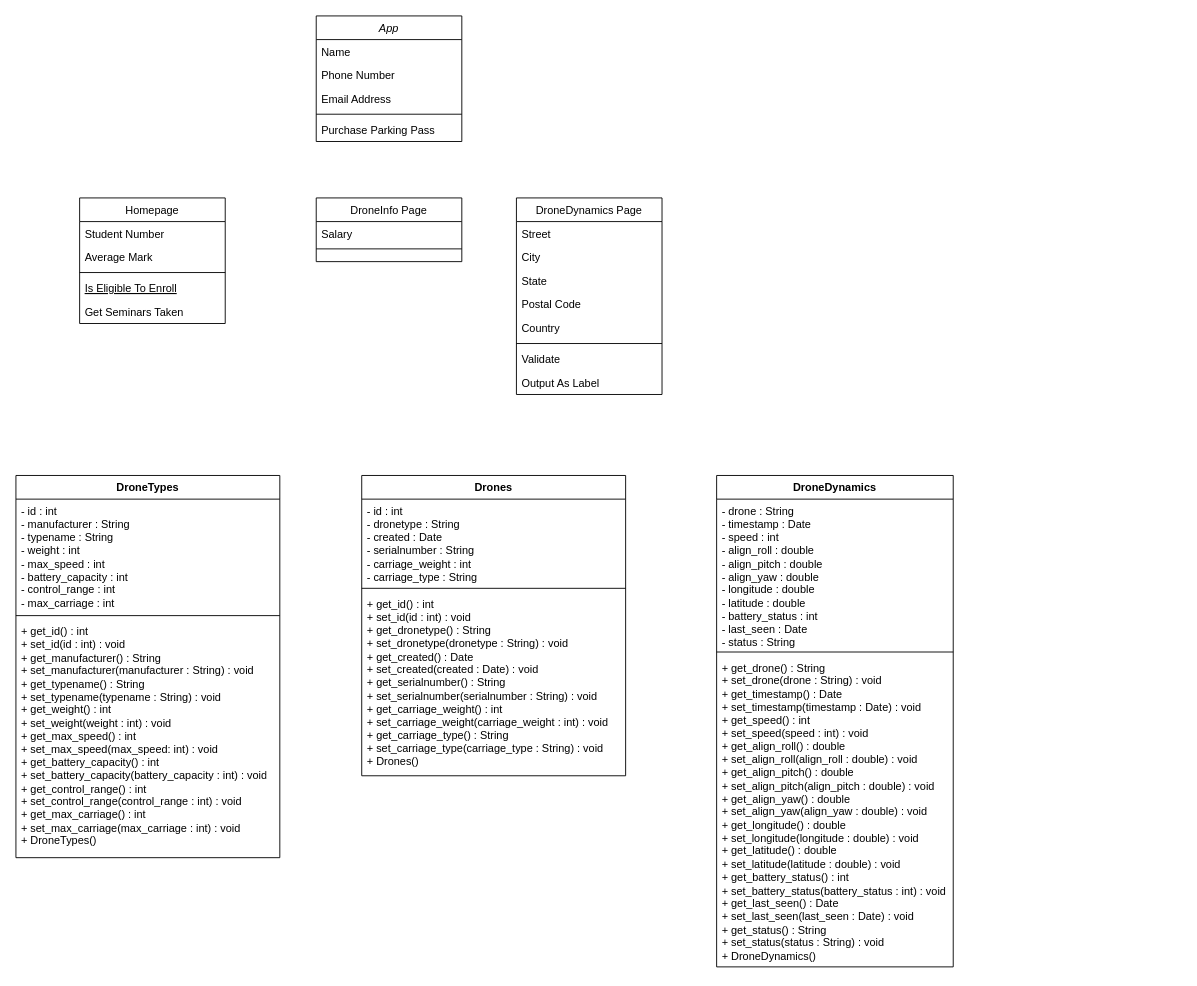
Above: Unbenanntes Diagramm.drawio in TriesteCitizen/Drone-Simulator-Project (draw.io), before the change. Source tidied: cells renumbered, new cells numbered last; positions are measured from the earlier drawing's top-left corner, leaving out a move shared by most shapes. Both pictures are drawn from the tidied source at 91%, with x=0, y=0 at pixel (15, 15).
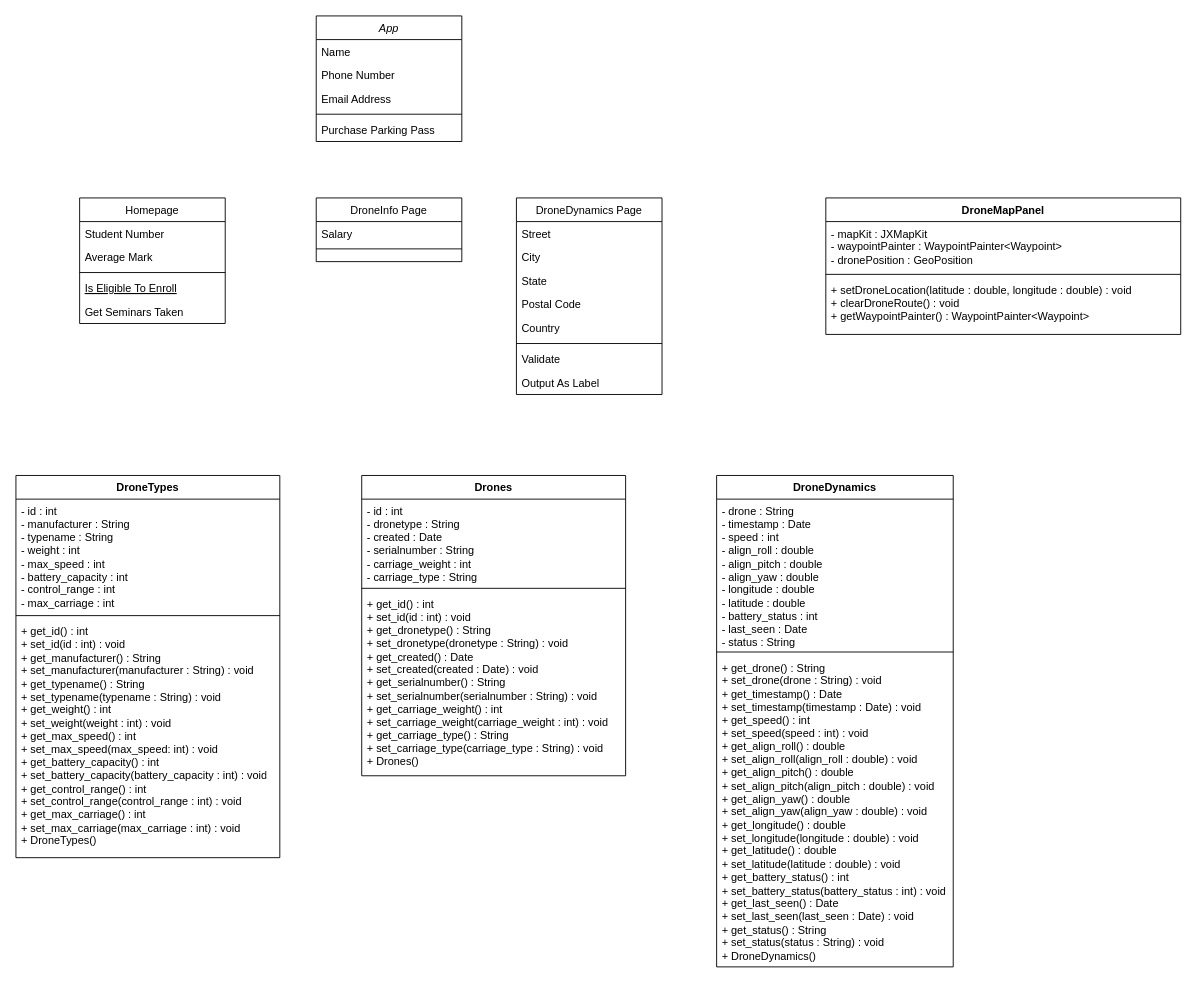
After the change.

Change to the diagram source:
```diff
@@
+    <mxCell id="38" value="DroneMapPanel" style="swimlane;fontStyle=1;align=center;verticalAlign=top;horizontal=1;startSize=26;whiteSpace=wrap;html=1;" parent="1" vertex="1">
+      <mxGeometry x="890" y="200" width="390" height="150" as="geometry" />
+    </mxCell>
+    <mxCell id="39" value="&lt;div&gt;- mapKit : JXMapKit&lt;/div&gt;&lt;div&gt;- waypointPainter : WaypointPainter&amp;lt;Waypoint&amp;gt;&lt;/div&gt;&lt;div&gt;- dronePosition : GeoPosition&lt;br&gt;&lt;/div&gt;" style="text;strokeColor=none;fillColor=none;align=left;verticalAlign=top;spacingLeft=4;spacingRight=4;overflow=hidden;whiteSpace=wrap;html=1;" parent="38" vertex="1">
+      <mxGeometry y="26" width="390" height="54" as="geometry" />
+    </mxCell>
+    <mxCell id="40" style="line;strokeWidth=1;fillColor=none;align=left;verticalAlign=middle;spacingTop=-1;spacingLeft=3;spacingRight=3;labelPosition=right;strokeColor=inherit;" parent="38" vertex="1">
+      <mxGeometry y="80" width="390" height="8" as="geometry" />
+    </mxCell>
+    <mxCell id="41" value="&lt;div&gt;+ setDroneLocation(latitude : double, longitude : double) : void&lt;/div&gt;&lt;div&gt;+ clearDroneRoute() : void&lt;/div&gt;&lt;div&gt;+ getWaypointPainter() : WaypointPainter&amp;lt;Waypoint&amp;gt;&lt;br&gt;&lt;/div&gt;&lt;div&gt;&lt;br&gt;&lt;/div&gt;" style="text;strokeColor=none;fillColor=none;align=left;verticalAlign=top;spacingLeft=4;spacingRight=4;overflow=hidden;whiteSpace=wrap;html=1;" parent="38" vertex="1">
+      <mxGeometry y="88" width="390" height="62" as="geometry" />
+    </mxCell>
```
